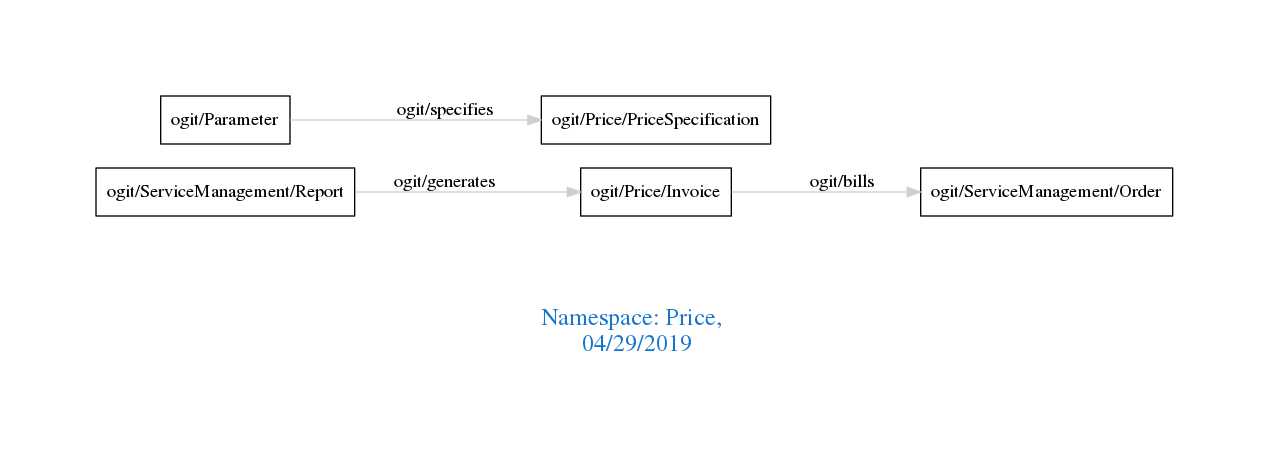
Above: downloads/Price.png in arago/OGIT (Graphviz), before the change. Its source is kept beside it as downloads/Price.dot.
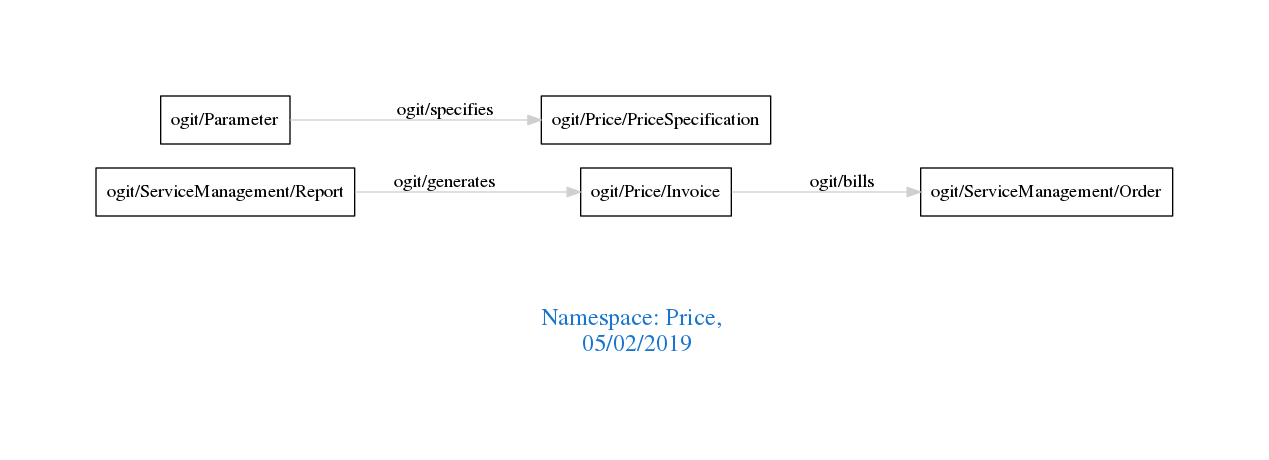
After the change.

Diff of the diagram source:
```diff
@@ -1,7 +1,7 @@
 digraph OGIT_ontology {
  graph [ rankdir= LR,pad=1
 fontsize = 18,
-fontcolor= dodgerblue3,label = "\n\n\nNamespace: Price, \n 04/29/2019"];
+fontcolor= dodgerblue3,label = "\n\n\nNamespace: Price, \n 05/02/2019"];
 node[shape=polygon];
 edge [  color="gray81"];
 
```
